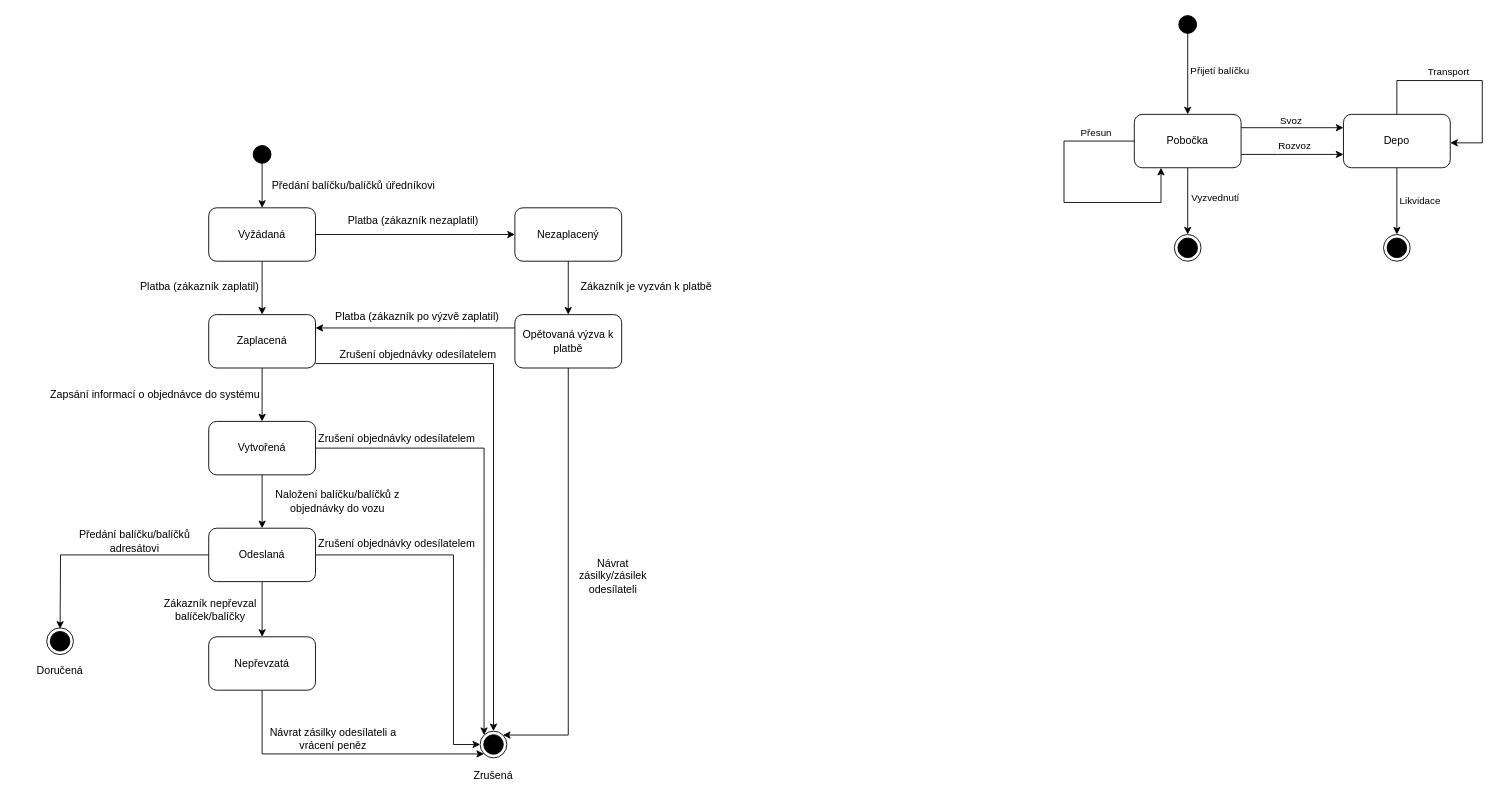
This is Projekt-StavovyDiagram.drawio from martinoak/culs-diagrams-net, a draw.io file, before an edit. Source tidied: cells renumbered, new cells numbered last; positions are measured from the earlier drawing's top-left corner, leaving out a move shared by most shapes. Both pictures are drawn from the tidied source at 89%, with x=0, y=0 at pixel (15, 15).
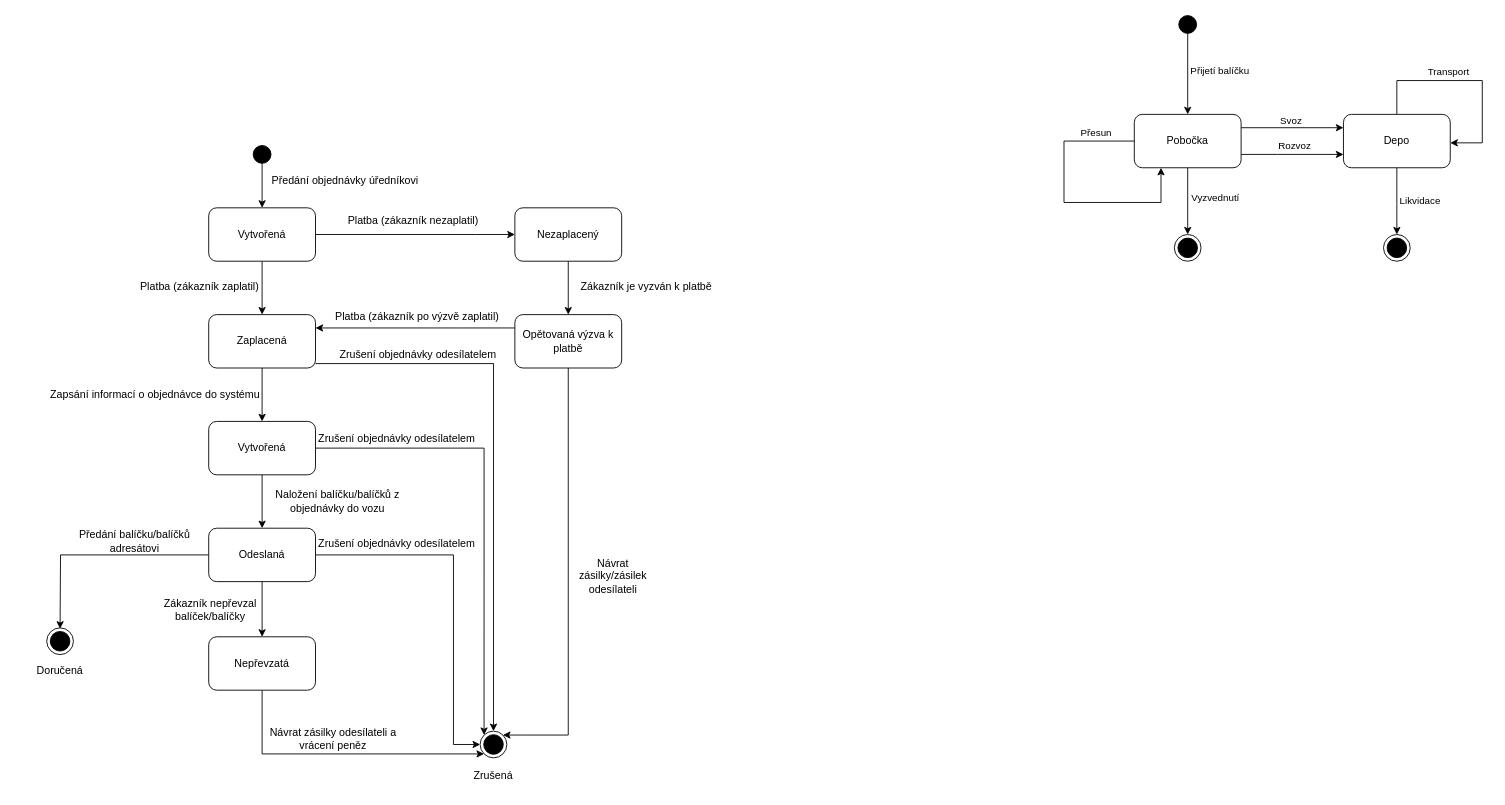
The same diagram, later.

Change to the diagram source:
```diff
@@
-    <mxCell id="3" value="Vyžádaná" style="rounded=1;whiteSpace=wrap;html=1;shadow=0;strokeColor=#000000;fillColor=#FFFFFF;" parent="1" vertex="1">
+    <mxCell id="3" value="Vytvořená" style="rounded=1;whiteSpace=wrap;html=1;shadow=0;strokeColor=#000000;fillColor=#FFFFFF;" parent="1" vertex="1">
       <mxGeometry x="217" y="216" width="120" height="60" as="geometry" />
     </mxCell>
@@
-    <mxCell id="16" value="Předání balíčku/balíčků úředníkovi" style="text;html=1;strokeColor=none;fillColor=none;align=center;verticalAlign=middle;whiteSpace=wrap;rounded=0;shadow=0;" parent="1" vertex="1">
-      <mxGeometry x="277" y="176" width="206" height="30" as="geometry" />
+    <mxCell id="16" value="Předání objednávky úředníkovi" style="text;html=1;strokeColor=none;fillColor=none;align=center;verticalAlign=middle;whiteSpace=wrap;rounded=0;shadow=0;" parent="1" vertex="1">
+      <mxGeometry x="282" y="171" width="177" height="30" as="geometry" />
     </mxCell>
```
